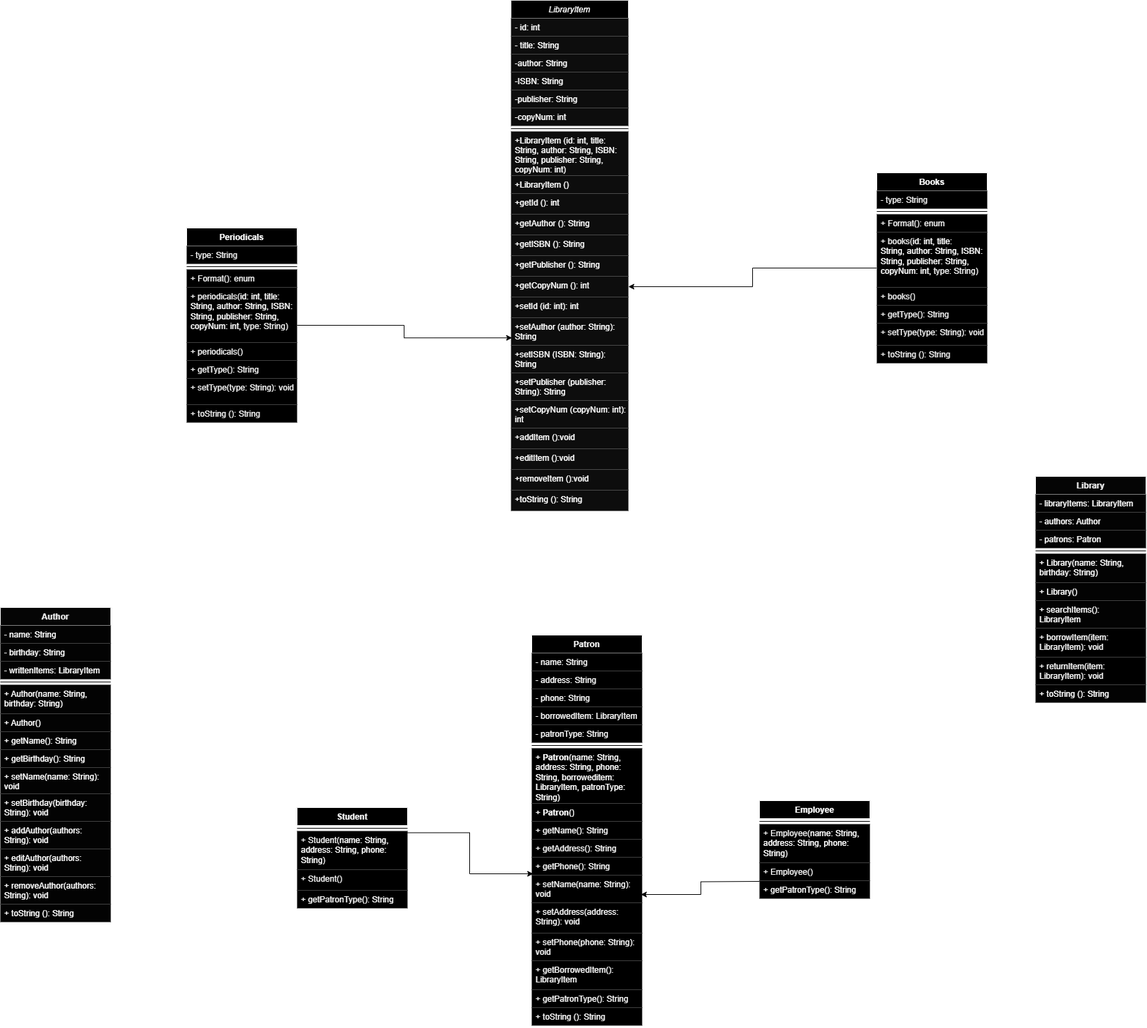
The draw.io diagram Java midterm class diagram.png in JoshuaYouden/Java-Midterm-JY, before a commit. Source tidied: cells renumbered, new cells last; positions are measured from the earlier drawing's top-left corner, leaving out a move shared by most shapes.
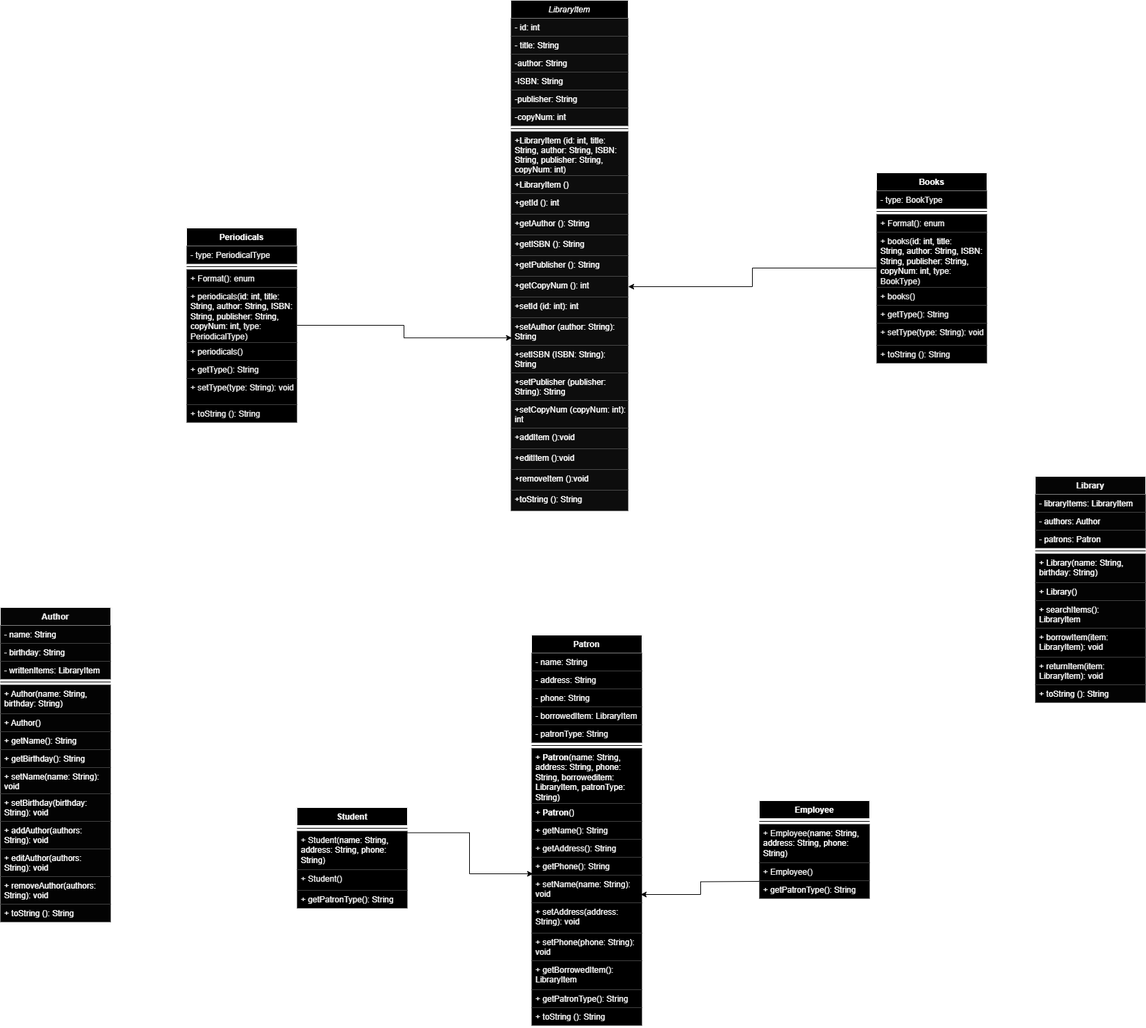
Above is the later version.

Commit message:
Changed type String to Periodical/Book Type

What changed in the source:
```diff
@@ -191,7 +191,7 @@
     <mxCell id="64" value="Periodicals" style="swimlane;fontStyle=1;align=center;verticalAlign=top;horizontal=1;startSize=26;whiteSpace=wrap;html=1;fontColor=#FCFCFC;fillColor=#000000;strokeColor=#FCFCFC;" parent="1" vertex="1">
       <mxGeometry x="270" y="330" width="160" height="282" as="geometry" />
     </mxCell>
-    <mxCell id="65" value="- type: String" style="text;strokeColor=none;fillColor=#000000;align=left;verticalAlign=top;spacingLeft=4;spacingRight=4;overflow=hidden;whiteSpace=wrap;html=1;fontColor=#EBEBEB;" parent="64" vertex="1">
+    <mxCell id="65" value="- type: PeriodicalType" style="text;strokeColor=none;fillColor=#000000;align=left;verticalAlign=top;spacingLeft=4;spacingRight=4;overflow=hidden;whiteSpace=wrap;html=1;fontColor=#EBEBEB;" parent="64" vertex="1">
       <mxGeometry y="26" width="160" height="26" as="geometry" />
     </mxCell>
     <mxCell id="66" style="line;strokeWidth=1;fillColor=none;align=left;verticalAlign=middle;spacingTop=-1;spacingLeft=3;spacingRight=3;labelPosition=right;strokeColor=default;" parent="64" vertex="1">
@@ -200,7 +200,7 @@
     <mxCell id="67" value="&lt;span style=&quot;text-wrap: nowrap;&quot;&gt;+ Format(): enum&lt;/span&gt;" style="text;strokeColor=none;fillColor=#000000;align=left;verticalAlign=top;spacingLeft=4;spacingRight=4;overflow=hidden;whiteSpace=wrap;html=1;fontColor=#EBEBEB;" parent="64" vertex="1">
       <mxGeometry y="60" width="160" height="26" as="geometry" />
     </mxCell>
-    <mxCell id="68" value="+ periodicals(&lt;span style=&quot;color: rgb(255, 255, 255); text-wrap: nowrap;&quot;&gt;id: int, title:&lt;/span&gt;&lt;br style=&quot;padding: 0px; margin: 0px; color: rgb(255, 255, 255); text-wrap: nowrap;&quot;&gt;&lt;span style=&quot;color: rgb(255, 255, 255); text-wrap: nowrap;&quot;&gt;String, author: String, ISBN:&lt;/span&gt;&lt;br style=&quot;padding: 0px; margin: 0px; color: rgb(255, 255, 255); text-wrap: nowrap;&quot;&gt;&lt;span style=&quot;color: rgb(255, 255, 255); text-wrap: nowrap;&quot;&gt;String, publisher: String,&lt;/span&gt;&lt;br style=&quot;padding: 0px; margin: 0px; color: rgb(255, 255, 255); text-wrap: nowrap;&quot;&gt;&lt;span style=&quot;color: rgb(255, 255, 255); text-wrap: nowrap;&quot;&gt;copyNum: int,&amp;nbsp;&lt;/span&gt;type: String&lt;span style=&quot;background-color: initial;&quot;&gt;)&lt;/span&gt;" style="text;strokeColor=none;fillColor=#000000;align=left;verticalAlign=top;spacingLeft=4;spacingRight=4;overflow=hidden;whiteSpace=wrap;html=1;fontColor=#EBEBEB;" parent="64" vertex="1">
+    <mxCell id="68" value="+ periodicals(&lt;span style=&quot;color: rgb(255, 255, 255); text-wrap: nowrap;&quot;&gt;id: int, title:&lt;/span&gt;&lt;br style=&quot;padding: 0px; margin: 0px; color: rgb(255, 255, 255); text-wrap: nowrap;&quot;&gt;&lt;span style=&quot;color: rgb(255, 255, 255); text-wrap: nowrap;&quot;&gt;String, author: String, ISBN:&lt;/span&gt;&lt;br style=&quot;padding: 0px; margin: 0px; color: rgb(255, 255, 255); text-wrap: nowrap;&quot;&gt;&lt;span style=&quot;color: rgb(255, 255, 255); text-wrap: nowrap;&quot;&gt;String, publisher: String,&lt;/span&gt;&lt;br style=&quot;padding: 0px; margin: 0px; color: rgb(255, 255, 255); text-wrap: nowrap;&quot;&gt;&lt;span style=&quot;color: rgb(255, 255, 255); text-wrap: nowrap;&quot;&gt;copyNum: int,&amp;nbsp;&lt;/span&gt;type: PeriodicalType&lt;span style=&quot;background-color: initial;&quot;&gt;)&lt;/span&gt;" style="text;strokeColor=none;fillColor=#000000;align=left;verticalAlign=top;spacingLeft=4;spacingRight=4;overflow=hidden;whiteSpace=wrap;html=1;fontColor=#EBEBEB;" parent="64" vertex="1">
       <mxGeometry y="86" width="160" height="80" as="geometry" />
     </mxCell>
     <mxCell id="69" value="+ periodicals()" style="text;strokeColor=none;fillColor=#000000;align=left;verticalAlign=top;spacingLeft=4;spacingRight=4;overflow=hidden;whiteSpace=wrap;html=1;fontColor=#EBEBEB;" parent="64" vertex="1">
@@ -221,7 +221,7 @@
     <mxCell id="74" value="Books" style="swimlane;fontStyle=1;align=center;verticalAlign=top;horizontal=1;startSize=26;whiteSpace=wrap;html=1;fontColor=#FCFCFC;fillColor=#000000;strokeColor=#FCFCFC;" parent="1" vertex="1">
       <mxGeometry x="1270" y="250" width="160" height="276" as="geometry" />
     </mxCell>
-    <mxCell id="75" value="- type: String" style="text;strokeColor=none;fillColor=#000000;align=left;verticalAlign=top;spacingLeft=4;spacingRight=4;overflow=hidden;whiteSpace=wrap;html=1;fontColor=#EBEBEB;" parent="74" vertex="1">
+    <mxCell id="75" value="- type: BookType" style="text;strokeColor=none;fillColor=#000000;align=left;verticalAlign=top;spacingLeft=4;spacingRight=4;overflow=hidden;whiteSpace=wrap;html=1;fontColor=#EBEBEB;" parent="74" vertex="1">
       <mxGeometry y="26" width="160" height="26" as="geometry" />
     </mxCell>
     <mxCell id="76" style="line;strokeWidth=1;fillColor=none;align=left;verticalAlign=middle;spacingTop=-1;spacingLeft=3;spacingRight=3;labelPosition=right;strokeColor=default;" parent="74" vertex="1">
@@ -230,7 +230,7 @@
     <mxCell id="77" value="&lt;span style=&quot;text-wrap: nowrap;&quot;&gt;+ Format(): enum&lt;/span&gt;" style="text;strokeColor=none;fillColor=#000000;align=left;verticalAlign=top;spacingLeft=4;spacingRight=4;overflow=hidden;whiteSpace=wrap;html=1;fontColor=#EBEBEB;" parent="74" vertex="1">
       <mxGeometry y="60" width="160" height="26" as="geometry" />
     </mxCell>
-    <mxCell id="78" value="+ books(&lt;span style=&quot;text-wrap: nowrap; color: rgb(255, 255, 255);&quot;&gt;id: int, title:&lt;/span&gt;&lt;br style=&quot;text-wrap: nowrap; padding: 0px; margin: 0px; color: rgb(255, 255, 255);&quot;&gt;&lt;span style=&quot;text-wrap: nowrap; color: rgb(255, 255, 255);&quot;&gt;String, author: String, ISBN:&lt;/span&gt;&lt;br style=&quot;text-wrap: nowrap; padding: 0px; margin: 0px; color: rgb(255, 255, 255);&quot;&gt;&lt;span style=&quot;text-wrap: nowrap; color: rgb(255, 255, 255);&quot;&gt;String, publisher: String,&lt;/span&gt;&lt;br style=&quot;text-wrap: nowrap; padding: 0px; margin: 0px; color: rgb(255, 255, 255);&quot;&gt;&lt;span style=&quot;text-wrap: nowrap; color: rgb(255, 255, 255);&quot;&gt;copyNum: int,&amp;nbsp;&lt;/span&gt;type: String&lt;span style=&quot;background-color: initial;&quot;&gt;)&lt;/span&gt;" style="text;strokeColor=none;fillColor=#000000;align=left;verticalAlign=top;spacingLeft=4;spacingRight=4;overflow=hidden;whiteSpace=wrap;html=1;fontColor=#EBEBEB;" parent="74" vertex="1">
+    <mxCell id="78" value="+ books(&lt;span style=&quot;text-wrap: nowrap; color: rgb(255, 255, 255);&quot;&gt;id: int, title:&lt;/span&gt;&lt;br style=&quot;text-wrap: nowrap; padding: 0px; margin: 0px; color: rgb(255, 255, 255);&quot;&gt;&lt;span style=&quot;text-wrap: nowrap; color: rgb(255, 255, 255);&quot;&gt;String, author: String, ISBN:&lt;/span&gt;&lt;br style=&quot;text-wrap: nowrap; padding: 0px; margin: 0px; color: rgb(255, 255, 255);&quot;&gt;&lt;span style=&quot;text-wrap: nowrap; color: rgb(255, 255, 255);&quot;&gt;String, publisher: String,&lt;/span&gt;&lt;br style=&quot;text-wrap: nowrap; padding: 0px; margin: 0px; color: rgb(255, 255, 255);&quot;&gt;&lt;span style=&quot;text-wrap: nowrap; color: rgb(255, 255, 255);&quot;&gt;copyNum: int,&amp;nbsp;&lt;/span&gt;type: BookType&lt;span style=&quot;background-color: initial;&quot;&gt;)&lt;/span&gt;" style="text;strokeColor=none;fillColor=#000000;align=left;verticalAlign=top;spacingLeft=4;spacingRight=4;overflow=hidden;whiteSpace=wrap;html=1;fontColor=#EBEBEB;" parent="74" vertex="1">
       <mxGeometry y="86" width="160" height="80" as="geometry" />
     </mxCell>
     <mxCell id="79" value="+ books()" style="text;strokeColor=none;fillColor=#000000;align=left;verticalAlign=top;spacingLeft=4;spacingRight=4;overflow=hidden;whiteSpace=wrap;html=1;fontColor=#EBEBEB;" parent="74" vertex="1">
```
